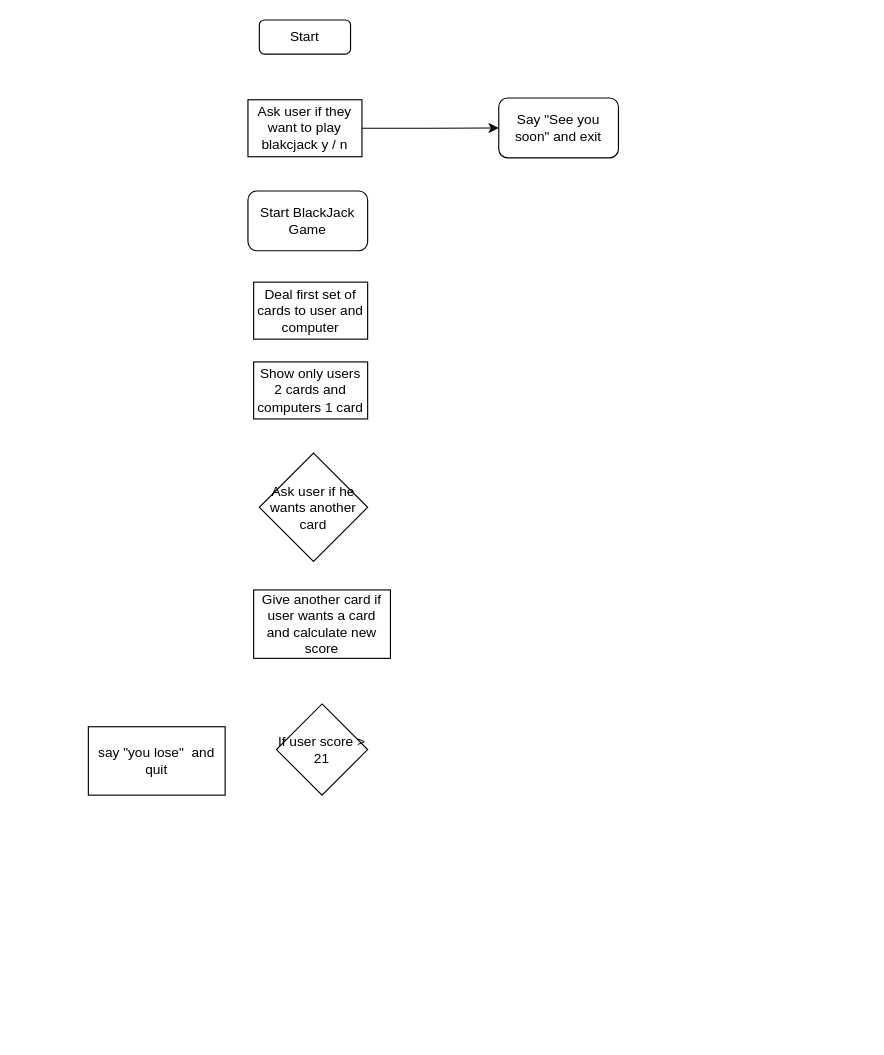
The draw.io diagram Blackjack.drawio in satheeshgs/training, before the edit. Source tidied: cells renumbered, new cells numbered last; positions are measured from the earlier drawing's top-left corner, leaving out a move shared by most shapes. Both pictures are drawn from the tidied source at 114%, with x=0, y=0 at pixel (88, 19).
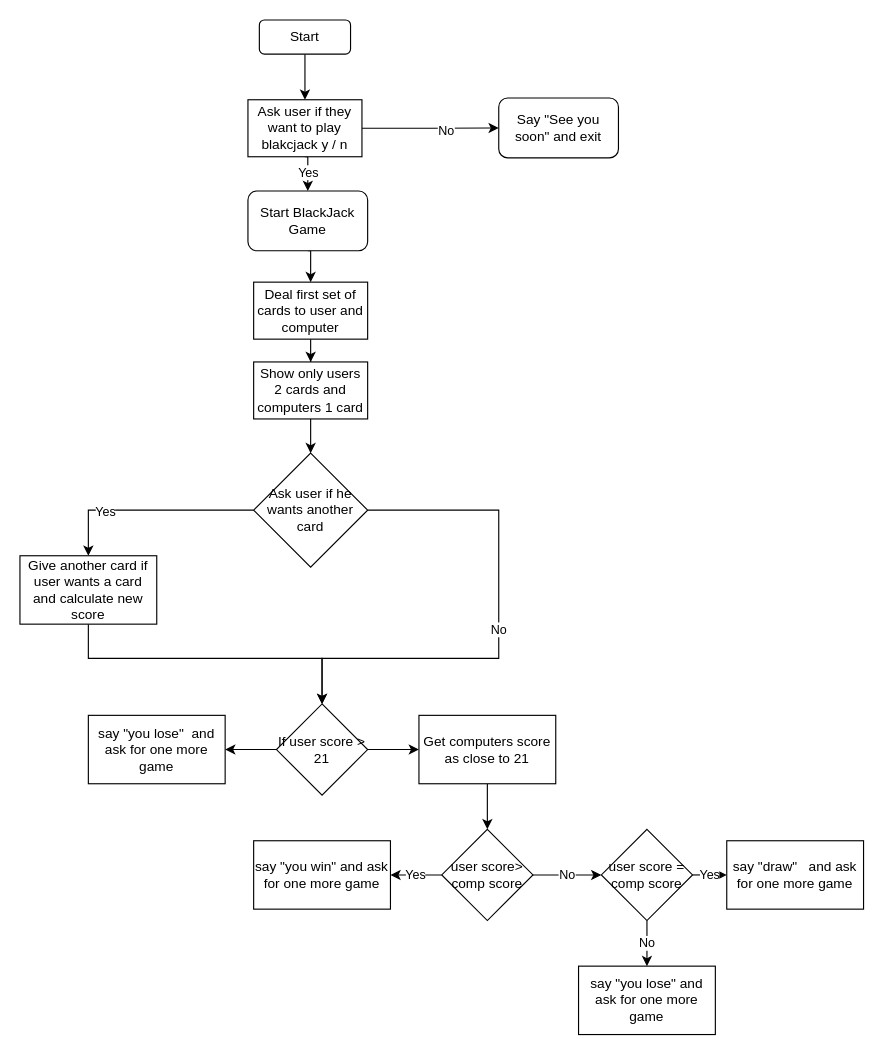
After the change.

The change refers to these unchanged cells:
```xml
<mxCell id="2" value="Start" style="rounded=1;whiteSpace=wrap;html=1;" parent="1" vertex="1">
  <mxGeometry x="150" width="80" height="30" as="geometry" />
</mxCell>
<mxCell id="3" style="edgeStyle=orthogonalEdgeStyle;rounded=0;jettySize=auto;html=1;exitX=1;exitY=0.5;exitDx=0;exitDy=0;" parent="1" edge="1" source="4" target="6">
  <mxGeometry relative="1" as="geometry" />
</mxCell>
<mxCell id="4" value="Ask user if they want to play blakcjack y / n" style="rounded=0;whiteSpace=wrap;html=1;" parent="1" vertex="1">
  <mxGeometry x="140" y="70" width="100" height="50" as="geometry" />
</mxCell>
<mxCell id="5" value="Start BlackJack Game" style="rounded=1;whiteSpace=wrap;html=1;" parent="1" vertex="1">
  <mxGeometry x="140" y="150" width="105" height="52.5" as="geometry" />
</mxCell>
<mxCell id="7" value="Deal first set of cards to user and computer" style="rounded=0;whiteSpace=wrap;html=1;" parent="1" vertex="1">
  <mxGeometry x="145" y="230" width="100" height="50" as="geometry" />
</mxCell>
<mxCell id="8" value="Show only users 2 cards and computers 1 card" style="rounded=0;whiteSpace=wrap;html=1;" parent="1" vertex="1">
  <mxGeometry x="145" y="300" width="100" height="50" as="geometry" />
</mxCell>
<mxCell id="11" value="If user score &amp;gt; 21" style="rhombus;whiteSpace=wrap;html=1;" parent="1" vertex="1">
  <mxGeometry x="165" y="600" width="80" height="80" as="geometry" />
</mxCell>
```

What changed in the source:
```diff
@@
+    <mxCell id="13" style="edgeStyle=orthogonalEdgeStyle;rounded=0;jettySize=auto;html=1;exitX=0.5;exitY=1;exitDx=0;exitDy=0;entryX=0.5;entryY=0;entryDx=0;entryDy=0;" parent="1" edge="1" source="2" target="4">
+      <mxGeometry relative="1" as="geometry" />
+    </mxCell>
@@
+    <mxCell id="14" value="No" style="edgeLabel;html=1;align=center;verticalAlign=middle;" parent="3" vertex="1">
+      <mxGeometry x="0.23" y="-2" relative="1" as="geometry" />
+    </mxCell>
+    <mxCell id="15" value="Yes" style="edgeStyle=orthogonalEdgeStyle;rounded=0;jettySize=auto;html=1;exitX=0.5;exitY=1;exitDx=0;exitDy=0;entryX=0.5;entryY=0;entryDx=0;entryDy=0;" parent="1" edge="1" source="4" target="5">
+      <mxGeometry relative="1" as="geometry" />
+    </mxCell>
@@
+    <mxCell id="16" style="edgeStyle=orthogonalEdgeStyle;rounded=0;jettySize=auto;html=1;exitX=0.5;exitY=1;exitDx=0;exitDy=0;entryX=0.5;entryY=0;entryDx=0;entryDy=0;" parent="1" edge="1" source="5" target="7">
+      <mxGeometry relative="1" as="geometry" />
+    </mxCell>
@@
+    <mxCell id="17" style="edgeStyle=orthogonalEdgeStyle;rounded=0;jettySize=auto;html=1;exitX=0.5;exitY=1;exitDx=0;exitDy=0;" parent="1" edge="1" source="7" target="8">
+      <mxGeometry relative="1" as="geometry" />
+    </mxCell>
@@
+    <mxCell id="18" style="edgeStyle=orthogonalEdgeStyle;rounded=0;jettySize=auto;html=1;exitX=0.5;exitY=1;exitDx=0;exitDy=0;" parent="1" edge="1" source="8" target="9">
+      <mxGeometry relative="1" as="geometry" />
+    </mxCell>
@@
+    <mxCell id="19" style="edgeStyle=orthogonalEdgeStyle;rounded=0;jettySize=auto;html=1;exitX=0;exitY=0.5;exitDx=0;exitDy=0;entryX=0.5;entryY=0;entryDx=0;entryDy=0;" parent="1" edge="1" source="9" target="10">
+      <mxGeometry relative="1" as="geometry" />
+    </mxCell>
+    <mxCell id="20" value="Yes" style="edgeLabel;html=1;align=center;verticalAlign=middle;" parent="19" vertex="1">
+      <mxGeometry x="0.42" y="1" relative="1" as="geometry" />
+    </mxCell>
+    <mxCell id="21" value="No" style="edgeStyle=orthogonalEdgeStyle;rounded=0;jettySize=auto;html=1;exitX=1;exitY=0.5;exitDx=0;exitDy=0;entryX=0.5;entryY=0;entryDx=0;entryDy=0;" parent="1" edge="1" source="9" target="11">
+      <mxGeometry relative="1" as="geometry">
+        <Array as="points">
+          <mxPoint x="360" y="430" />
+          <mxPoint x="360" y="560" />
+          <mxPoint x="205" y="560" />
+        </Array>
+      </mxGeometry>
+    </mxCell>
     <mxCell id="9" value="Ask user if he wants another card" style="rhombus;whiteSpace=wrap;html=1;" parent="1" vertex="1">
-      <mxGeometry x="150" y="380" width="95" height="95" as="geometry" />
+      <mxGeometry x="145" y="380" width="100" height="100" as="geometry" />
     </mxCell>
+    <mxCell id="22" style="edgeStyle=orthogonalEdgeStyle;rounded=0;jettySize=auto;html=1;exitX=0.5;exitY=1;exitDx=0;exitDy=0;entryX=0.5;entryY=0;entryDx=0;entryDy=0;" parent="1" edge="1" source="10" target="11">
+      <mxGeometry relative="1" as="geometry">
+        <Array as="points">
+          <mxPoint y="560" />
+          <mxPoint x="205" y="560" />
+        </Array>
+      </mxGeometry>
+    </mxCell>
     <mxCell id="10" value="Give another card if user wants a card and calculate new score" style="rounded=0;whiteSpace=wrap;html=1;" parent="1" vertex="1">
-      <mxGeometry x="145" y="500" width="120" height="60" as="geometry" />
+      <mxGeometry x="-60" y="470" width="120" height="60" as="geometry" />
     </mxCell>
+    <mxCell id="23" style="edgeStyle=orthogonalEdgeStyle;rounded=0;jettySize=auto;html=1;exitX=0;exitY=0.5;exitDx=0;exitDy=0;" parent="1" edge="1" source="11" target="12">
+      <mxGeometry relative="1" as="geometry" />
+    </mxCell>
+    <mxCell id="24" style="edgeStyle=orthogonalEdgeStyle;rounded=0;jettySize=auto;html=1;exitX=1;exitY=0.5;exitDx=0;exitDy=0;entryX=0;entryY=0.5;entryDx=0;entryDy=0;" parent="1" edge="1" source="11" target="26">
+      <mxGeometry relative="1" as="geometry" />
+    </mxCell>
@@
-    <mxCell id="12" value="say &quot;you lose&quot;&amp;nbsp; and quit" style="rounded=0;whiteSpace=wrap;html=1;" parent="1" vertex="1">
-      <mxGeometry y="620" width="120" height="60" as="geometry" />
+    <mxCell id="12" value="say &quot;you lose&quot;&amp;nbsp; and ask for one more game" style="rounded=0;whiteSpace=wrap;html=1;" parent="1" vertex="1">
+      <mxGeometry y="610" width="120" height="60" as="geometry" />
     </mxCell>
+    <mxCell id="25" style="edgeStyle=orthogonalEdgeStyle;rounded=0;jettySize=auto;html=1;exitX=0.5;exitY=1;exitDx=0;exitDy=0;entryX=0.5;entryY=0;entryDx=0;entryDy=0;" parent="1" edge="1" source="26" target="29">
+      <mxGeometry relative="1" as="geometry" />
+    </mxCell>
+    <mxCell id="26" value="Get computers score as close to 21" style="rounded=0;whiteSpace=wrap;html=1;" parent="1" vertex="1">
+      <mxGeometry x="290" y="610" width="120" height="60" as="geometry" />
+    </mxCell>
+    <mxCell id="27" value="Yes" style="edgeStyle=orthogonalEdgeStyle;rounded=0;jettySize=auto;html=1;exitX=0;exitY=0.5;exitDx=0;exitDy=0;entryX=1;entryY=0.5;entryDx=0;entryDy=0;" parent="1" edge="1" source="29" target="30">
+      <mxGeometry relative="1" as="geometry" />
+    </mxCell>
+    <mxCell id="28" value="No" style="edgeStyle=orthogonalEdgeStyle;rounded=0;jettySize=auto;html=1;exitX=1;exitY=0.5;exitDx=0;exitDy=0;" parent="1" edge="1" source="29" target="34">
+      <mxGeometry relative="1" as="geometry" />
+    </mxCell>
+    <mxCell id="29" value="user score&amp;gt; comp score" style="rhombus;whiteSpace=wrap;html=1;" parent="1" vertex="1">
+      <mxGeometry x="310" y="710" width="80" height="80" as="geometry" />
+    </mxCell>
+    <mxCell id="30" value="say &quot;you win&quot; and ask for one more game" style="rounded=0;whiteSpace=wrap;html=1;" parent="1" vertex="1">
+      <mxGeometry x="145" y="720" width="120" height="60" as="geometry" />
+    </mxCell>
+    <mxCell id="31" value="say &quot;you lose&quot; and ask for one more game" style="rounded=0;whiteSpace=wrap;html=1;" parent="1" vertex="1">
+      <mxGeometry x="430" y="830" width="120" height="60" as="geometry" />
+    </mxCell>
+    <mxCell id="32" value="Yes" style="edgeStyle=orthogonalEdgeStyle;rounded=0;jettySize=auto;html=1;exitX=1;exitY=0.5;exitDx=0;exitDy=0;entryX=0;entryY=0.5;entryDx=0;entryDy=0;" parent="1" edge="1" source="34" target="35">
+      <mxGeometry relative="1" as="geometry" />
+    </mxCell>
+    <mxCell id="33" value="No" style="edgeStyle=orthogonalEdgeStyle;rounded=0;jettySize=auto;html=1;exitX=0.5;exitY=1;exitDx=0;exitDy=0;entryX=0.5;entryY=0;entryDx=0;entryDy=0;" parent="1" edge="1" source="34" target="31">
+      <mxGeometry relative="1" as="geometry" />
+    </mxCell>
+    <mxCell id="34" value="user score = comp score" style="rhombus;whiteSpace=wrap;html=1;" parent="1" vertex="1">
+      <mxGeometry x="450" y="710" width="80" height="80" as="geometry" />
+    </mxCell>
+    <mxCell id="35" value="say &quot;draw&quot;&amp;nbsp;&amp;nbsp; and ask for one more game" style="rounded=0;whiteSpace=wrap;html=1;" parent="1" vertex="1">
+      <mxGeometry x="560" y="720" width="120" height="60" as="geometry" />
+    </mxCell>
```
